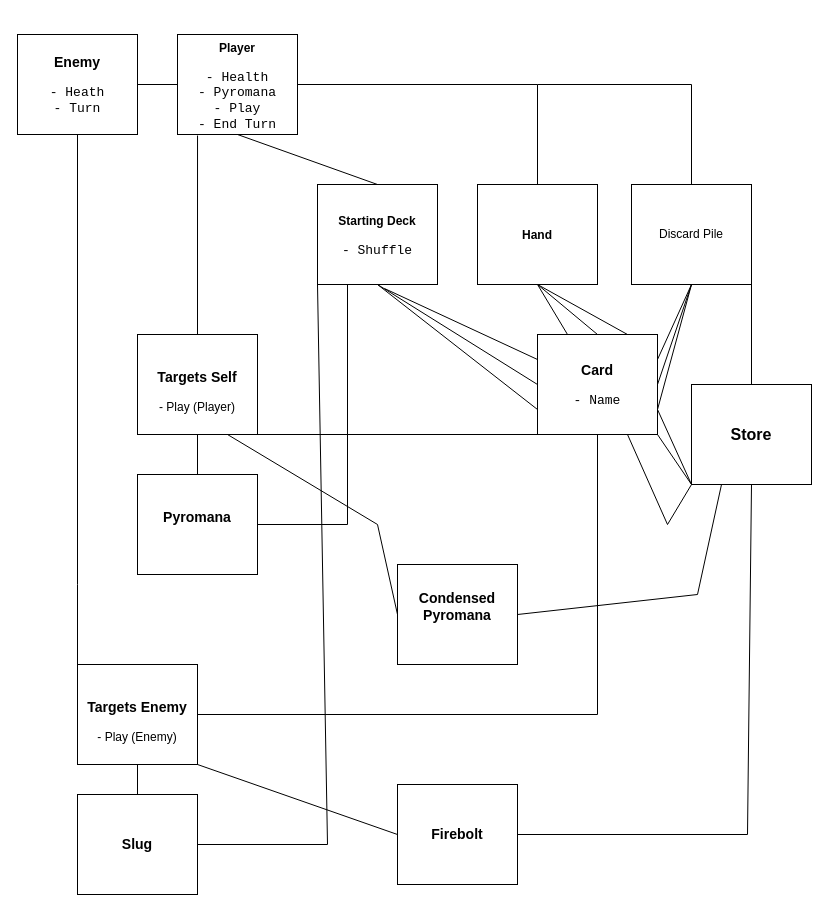
scarlettjclark/mechnomancy keeps this draw.io diagram as Mechnomancy/EntityRelationshipDiagram.drawio. Above is the earlier version. Source tidied: cells renumbered, new cells numbered last; positions are measured from the earlier drawing's top-left corner, leaving out a move shared by most shapes. Both pictures are drawn from the tidied source at 100%, with x=0, y=0 at pixel (17, 34).
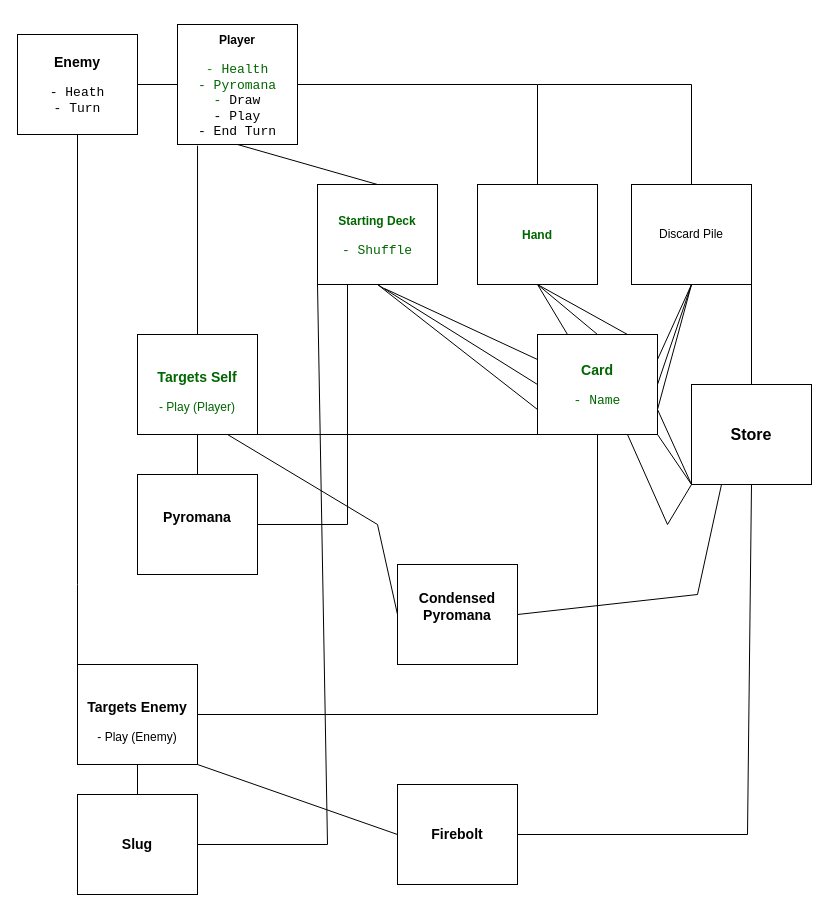
The same diagram, later.

The edit, as a diff of the source:
```diff
@@
-    <mxCell id="2" value="&lt;h3&gt;&lt;font style=&quot;font-size: 12px;&quot;&gt;Player&lt;/font&gt;&lt;/h3&gt;&lt;pre&gt;&lt;font size=&quot;3&quot;&gt;- Health&lt;br&gt;- Pyromana&lt;br&gt;- Play&lt;br&gt;- End Turn&lt;br&gt;&lt;/font&gt;&lt;/pre&gt;" style="rounded=0;whiteSpace=wrap;html=1;" parent="1" vertex="1">
-      <mxGeometry x="160" width="120" height="100" as="geometry" />
+    <mxCell id="2" value="&lt;h3&gt;&lt;font style=&quot;font-size: 12px;&quot;&gt;Player&lt;/font&gt;&lt;/h3&gt;&lt;pre&gt;&lt;font size=&quot;3&quot;&gt;&lt;font color=&quot;#009900&quot;&gt;-&lt;/font&gt;&lt;font color=&quot;#006600&quot;&gt; Health&lt;br&gt;- Pyromana&lt;br&gt;- &lt;/font&gt;Draw&lt;font color=&quot;#006600&quot;&gt;&lt;br&gt;&lt;/font&gt;- Play&lt;br&gt;- End Turn&lt;br&gt;&lt;/font&gt;&lt;/pre&gt;" style="rounded=0;whiteSpace=wrap;html=1;" parent="1" vertex="1">
+      <mxGeometry x="160" y="-10" width="120" height="120" as="geometry" />
     </mxCell>
-    <mxCell id="3" value="&lt;h3&gt;&lt;font style=&quot;font-size: 12px;&quot;&gt;Starting Deck&lt;/font&gt;&lt;/h3&gt;&lt;pre&gt;&lt;font size=&quot;3&quot;&gt;- Shuffle&lt;br&gt;&lt;/font&gt;&lt;/pre&gt;" style="rounded=0;whiteSpace=wrap;html=1;" parent="1" vertex="1">
+    <mxCell id="3" value="&lt;h3&gt;&lt;font color=&quot;#006600&quot; style=&quot;font-size: 12px;&quot;&gt;Starting Deck&lt;/font&gt;&lt;/h3&gt;&lt;pre&gt;&lt;font color=&quot;#006600&quot; size=&quot;3&quot;&gt;- Shuffle&lt;br&gt;&lt;/font&gt;&lt;/pre&gt;" style="rounded=0;whiteSpace=wrap;html=1;" parent="1" vertex="1">
       <mxGeometry x="300" y="150" width="120" height="100" as="geometry" />
     </mxCell>
@@
-    <mxCell id="5" value="&lt;h3&gt;&lt;font style=&quot;font-size: 12px;&quot;&gt;Hand&lt;/font&gt;&lt;/h3&gt;" style="rounded=0;whiteSpace=wrap;html=1;" parent="1" vertex="1">
+    <mxCell id="5" value="&lt;h3&gt;&lt;font color=&quot;#006600&quot; style=&quot;font-size: 12px;&quot;&gt;Hand&lt;/font&gt;&lt;/h3&gt;" style="rounded=0;whiteSpace=wrap;html=1;" parent="1" vertex="1">
       <mxGeometry x="460" y="150" width="120" height="100" as="geometry" />
     </mxCell>
@@
-    <mxCell id="10" value="&lt;h3&gt;Card&lt;br&gt;&lt;/h3&gt;&lt;pre&gt;&lt;font size=&quot;3&quot;&gt;- Name&lt;br&gt;&lt;/font&gt;&lt;/pre&gt;" style="rounded=0;whiteSpace=wrap;html=1;" parent="1" vertex="1">
+    <mxCell id="10" value="&lt;h3&gt;&lt;font color=&quot;#006600&quot;&gt;Card&lt;br&gt;&lt;/font&gt;&lt;/h3&gt;&lt;pre&gt;&lt;font color=&quot;#006600&quot; size=&quot;3&quot;&gt;- Name&lt;br&gt;&lt;/font&gt;&lt;/pre&gt;" style="rounded=0;whiteSpace=wrap;html=1;" parent="1" vertex="1">
       <mxGeometry x="520" y="300" width="120" height="100" as="geometry" />
     </mxCell>
@@
-    <mxCell id="21" value="&lt;h3&gt;Targets Self&lt;/h3&gt;&lt;div&gt;- Play (Player)&lt;br&gt;&lt;/div&gt;" style="rounded=0;whiteSpace=wrap;html=1;" parent="1" vertex="1">
+    <mxCell id="21" value="&lt;h3&gt;&lt;font color=&quot;#006600&quot;&gt;Targets Self&lt;/font&gt;&lt;/h3&gt;&lt;div&gt;&lt;font color=&quot;#006600&quot;&gt;- Play (Player)&lt;br&gt;&lt;/font&gt;&lt;/div&gt;" style="rounded=0;whiteSpace=wrap;html=1;" parent="1" vertex="1">
       <mxGeometry x="120" y="300" width="120" height="100" as="geometry" />
     </mxCell>
```
